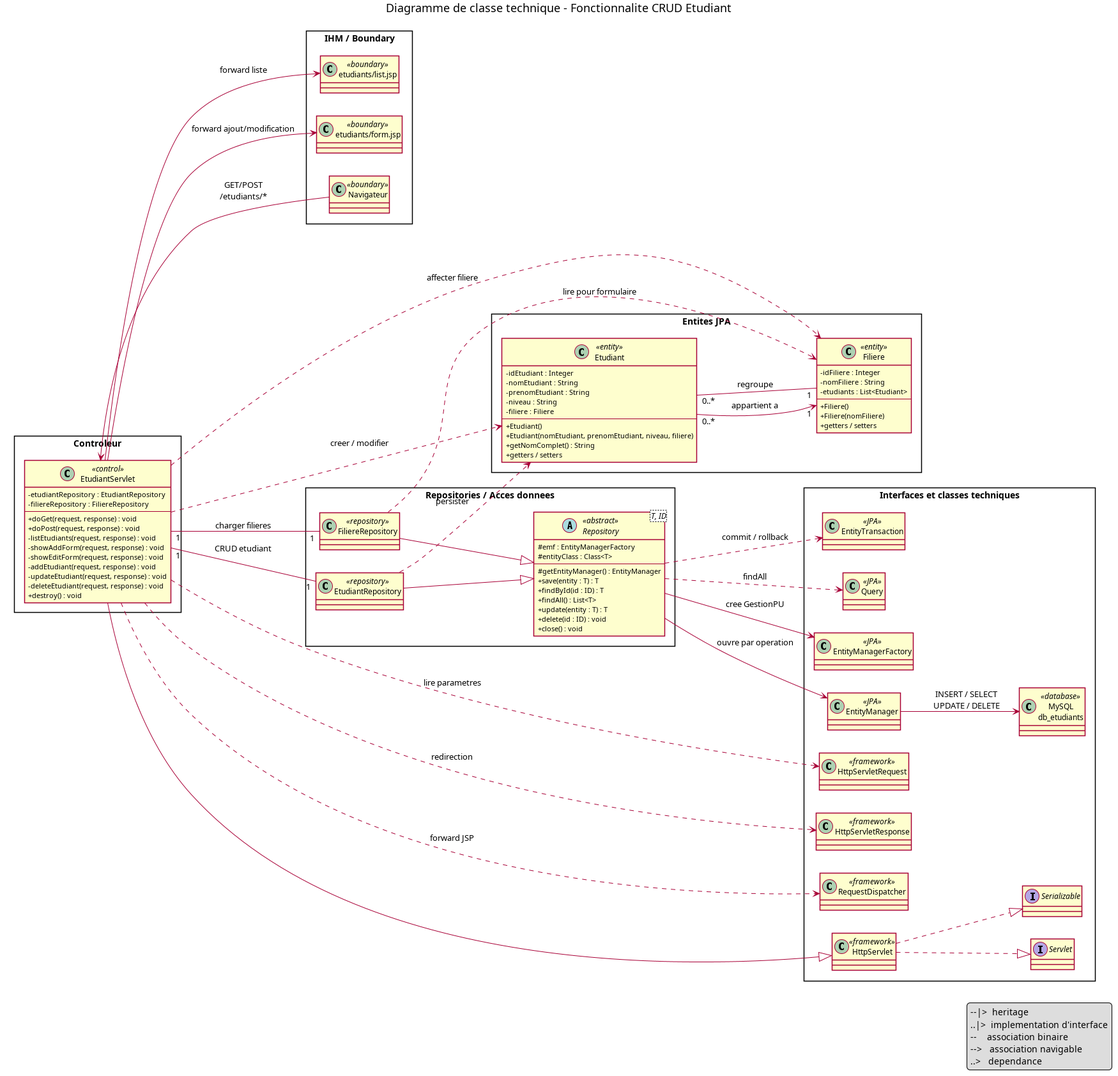
This is docs/uml/images/classe-technique.png from mehdidabaj/app-etudiant, a PlantUML export, as it was before one commit. Its source is kept beside it as docs/uml/classe-technique.puml.
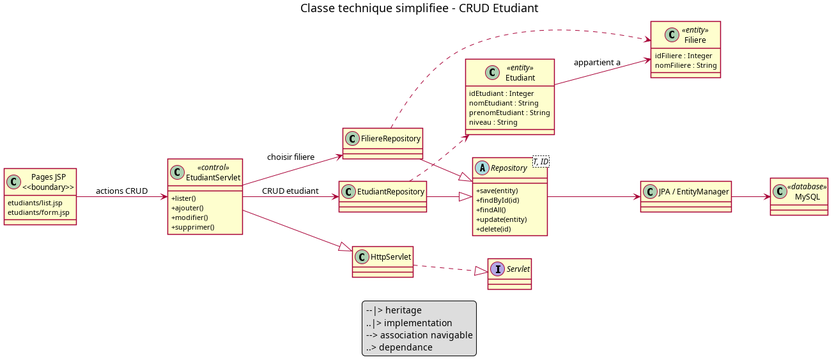
After the commit.

The edit, as a diff of the source:
```diff
@@ -1,132 +1,68 @@
 @startuml
-title Diagramme de classe technique - Fonctionnalite CRUD Etudiant
+title Classe technique simplifiee - CRUD Etudiant
 
 skinparam classAttributeIconSize 0
 skinparam shadowing false
-skinparam packageStyle rectangle
 left to right direction
 
-package "IHM / Boundary" {
-  class "Navigateur" as Browser <<boundary>>
-  class "etudiants/list.jsp" as EtudiantListJsp <<boundary>>
-  class "etudiants/form.jsp" as EtudiantFormJsp <<boundary>>
+class "Pages JSP\n<<boundary>>" as JSP {
+  etudiants/list.jsp
+  etudiants/form.jsp
 }
 
-package "Controleur" {
-  class EtudiantServlet <<control>> {
-    - etudiantRepository : EtudiantRepository
-    - filiereRepository : FiliereRepository
-    --
-    + doGet(request, response) : void
-    + doPost(request, response) : void
-    - listEtudiants(request, response) : void
-    - showAddForm(request, response) : void
-    - showEditForm(request, response) : void
-    - addEtudiant(request, response) : void
-    - updateEtudiant(request, response) : void
-    - deleteEtudiant(request, response) : void
-    + destroy() : void
-  }
+class EtudiantServlet <<control>> {
+  + lister()
+  + ajouter()
+  + modifier()
+  + supprimer()
 }
 
-package "Entites JPA" {
-  class Etudiant <<entity>> {
-    - idEtudiant : Integer
-    - nomEtudiant : String
-    - prenomEtudiant : String
-    - niveau : String
-    - filiere : Filiere
-    --
-    + Etudiant()
-    + Etudiant(nomEtudiant, prenomEtudiant, niveau, filiere)
-    + getNomComplet() : String
-    + getters / setters
-  }
-
-  class Filiere <<entity>> {
-    - idFiliere : Integer
-    - nomFiliere : String
-    - etudiants : List<Etudiant>
-    --
-    + Filiere()
-    + Filiere(nomFiliere)
-    + getters / setters
-  }
+class Etudiant <<entity>> {
+  idEtudiant : Integer
+  nomEtudiant : String
+  prenomEtudiant : String
+  niveau : String
 }
 
-package "Repositories / Acces donnees" {
-  abstract class "Repository<T, ID>" as Repository <<abstract>> {
-    # emf : EntityManagerFactory
-    # entityClass : Class<T>
-    --
-    # getEntityManager() : EntityManager
-    + save(entity : T) : T
-    + findById(id : ID) : T
-    + findAll() : List<T>
-    + update(entity : T) : T
-    + delete(id : ID) : void
-    + close() : void
-  }
-
-  class EtudiantRepository <<repository>>
-  class FiliereRepository <<repository>>
+class Filiere <<entity>> {
+  idFiliere : Integer
+  nomFiliere : String
 }
 
-package "Interfaces et classes techniques" {
-  interface Servlet
-  interface Serializable
-
-  class HttpServlet <<framework>>
-  class HttpServletRequest <<framework>>
-  class HttpServletResponse <<framework>>
-  class RequestDispatcher <<framework>>
-
-  class EntityManagerFactory <<JPA>>
-  class EntityManager <<JPA>>
-  class EntityTransaction <<JPA>>
-  class Query <<JPA>>
-  class "MySQL\ndb_etudiants" as DB <<database>>
+abstract class "Repository<T, ID>" as Repository {
+  + save(entity)
+  + findById(id)
+  + findAll()
+  + update(entity)
+  + delete(id)
 }
 
+class EtudiantRepository
+class FiliereRepository
+class HttpServlet
+interface Servlet
+class "JPA / EntityManager" as JPA
+class "MySQL" as DB <<database>>
+
 EtudiantServlet --|> HttpServlet
+HttpServlet ..|> Servlet
 EtudiantRepository --|> Repository
 FiliereRepository --|> Repository
 
-HttpServlet ..|> Servlet
-HttpServlet ..|> Serializable
+JSP --> EtudiantServlet : actions CRUD
+EtudiantServlet --> EtudiantRepository : CRUD etudiant
+EtudiantServlet --> FiliereRepository : choisir filiere
+EtudiantRepository ..> Etudiant
+FiliereRepository ..> Filiere
+Etudiant --> Filiere : appartient a
+Repository --> JPA
+JPA --> DB
 
-Browser --> EtudiantServlet : GET/POST\n/etudiants/*
-
-EtudiantServlet --> EtudiantListJsp : forward liste
-EtudiantServlet --> EtudiantFormJsp : forward ajout/modification
-
-EtudiantServlet "1" -- "1" EtudiantRepository : CRUD etudiant
-EtudiantServlet "1" -- "1" FiliereRepository : charger filieres
-
-Filiere "1" -- "0..*" Etudiant : regroupe
-Etudiant "0..*" --> "1" Filiere : appartient a
-
-EtudiantServlet ..> Etudiant : creer / modifier
-EtudiantServlet ..> Filiere : affecter filiere
-EtudiantRepository ..> Etudiant : persister
-FiliereRepository ..> Filiere : lire pour formulaire
-
-EtudiantServlet ..> HttpServletRequest : lire parametres
-EtudiantServlet ..> HttpServletResponse : redirection
-EtudiantServlet ..> RequestDispatcher : forward JSP
-
-Repository --> EntityManagerFactory : cree GestionPU
-Repository --> EntityManager : ouvre par operation
-Repository ..> EntityTransaction : commit / rollback
-Repository ..> Query : findAll
-EntityManager --> DB : INSERT / SELECT\nUPDATE / DELETE
-
-legend right
-  --|>  heritage
-  ..|>  implementation d'interface
-  --    association binaire
-  -->   association navigable
-  ..>   dependance
+legend bottom
+  --|> heritage
+  ..|> implementation
+  --> association navigable
+  ..> dependance
 endlegend
 
 @enduml
```
